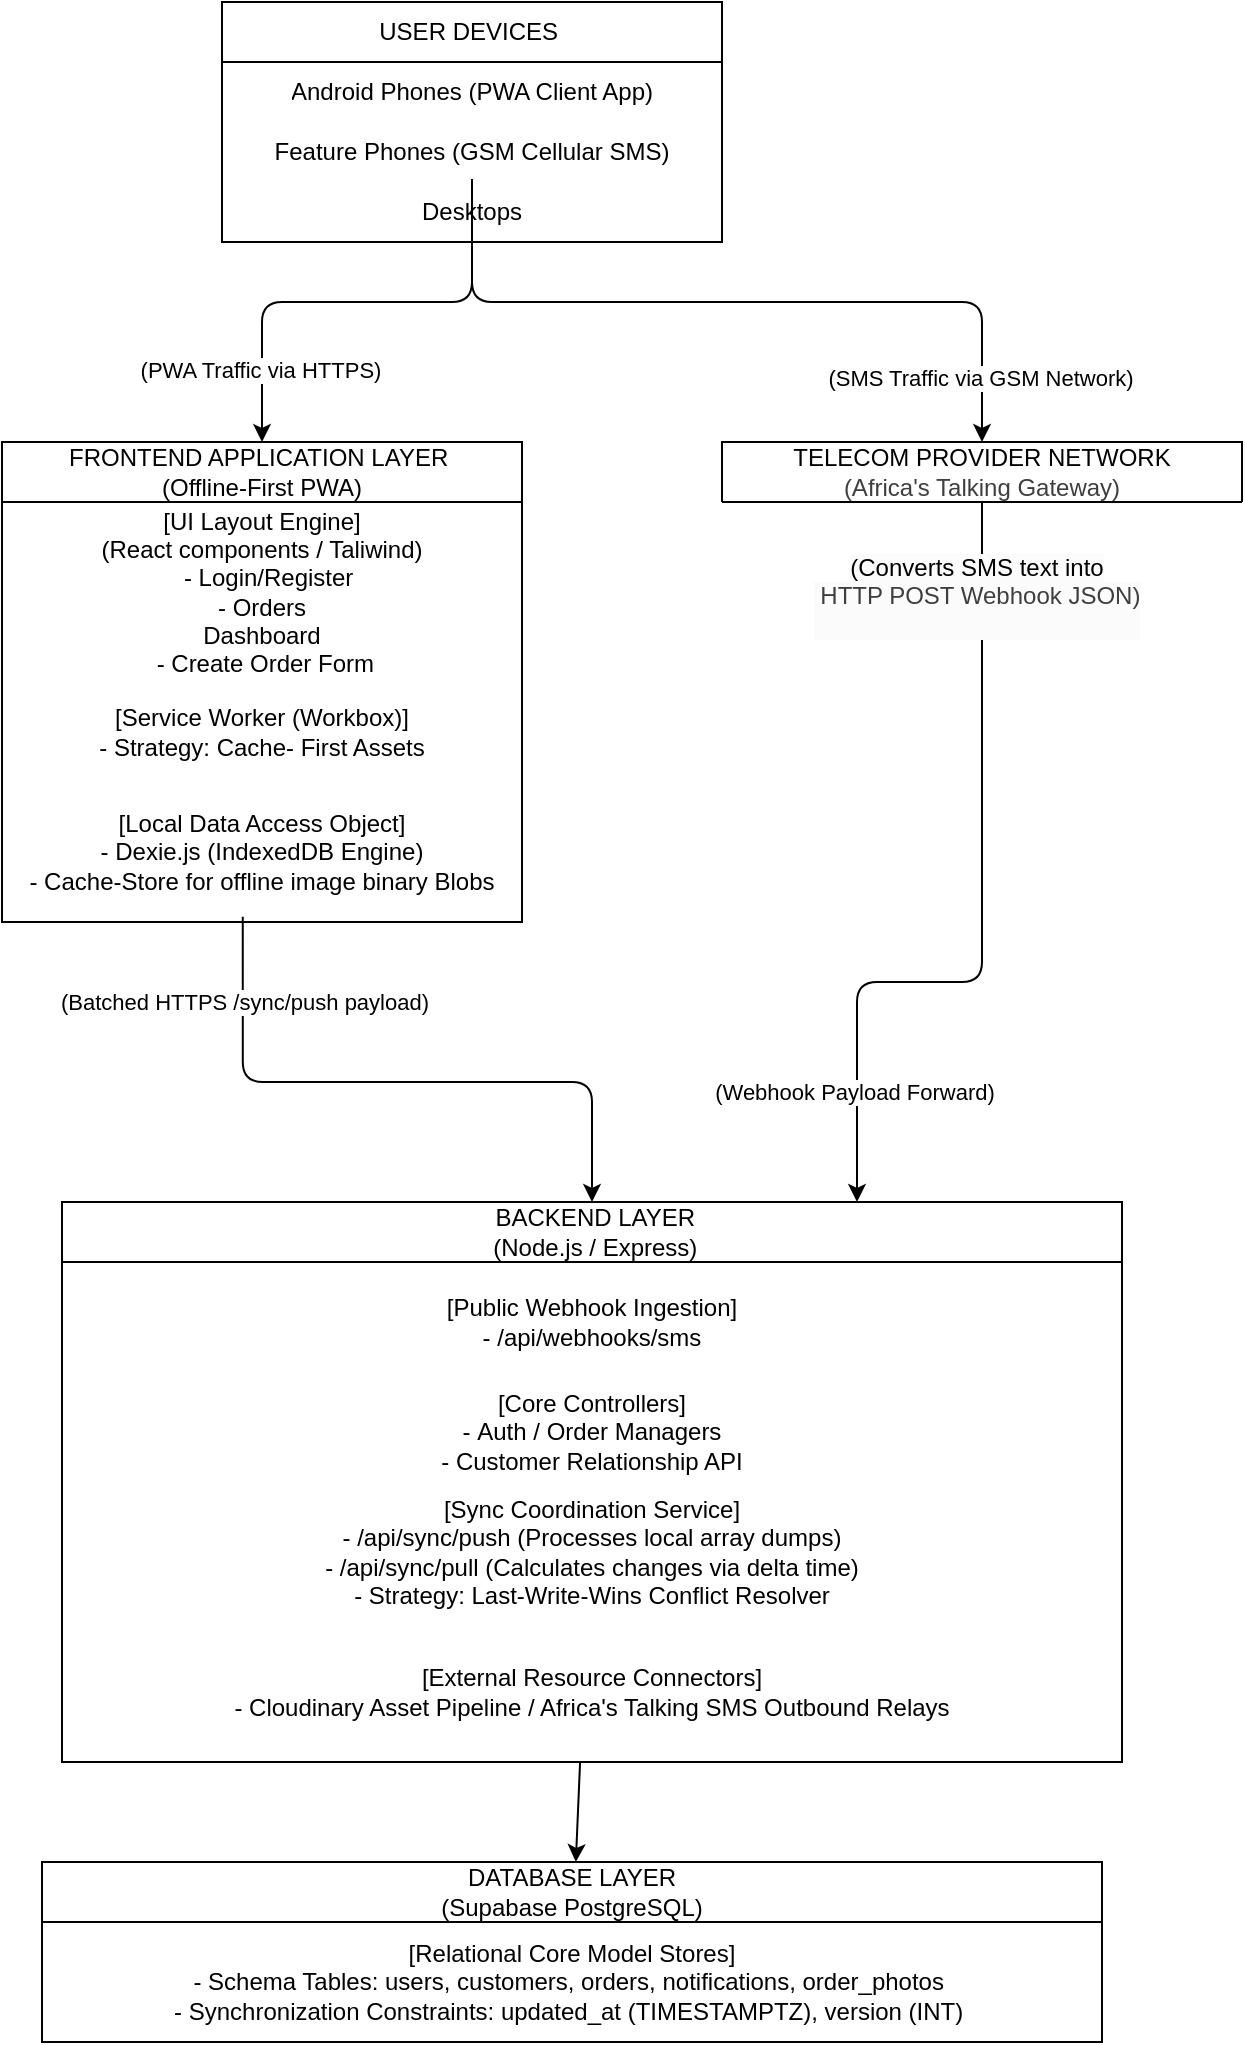
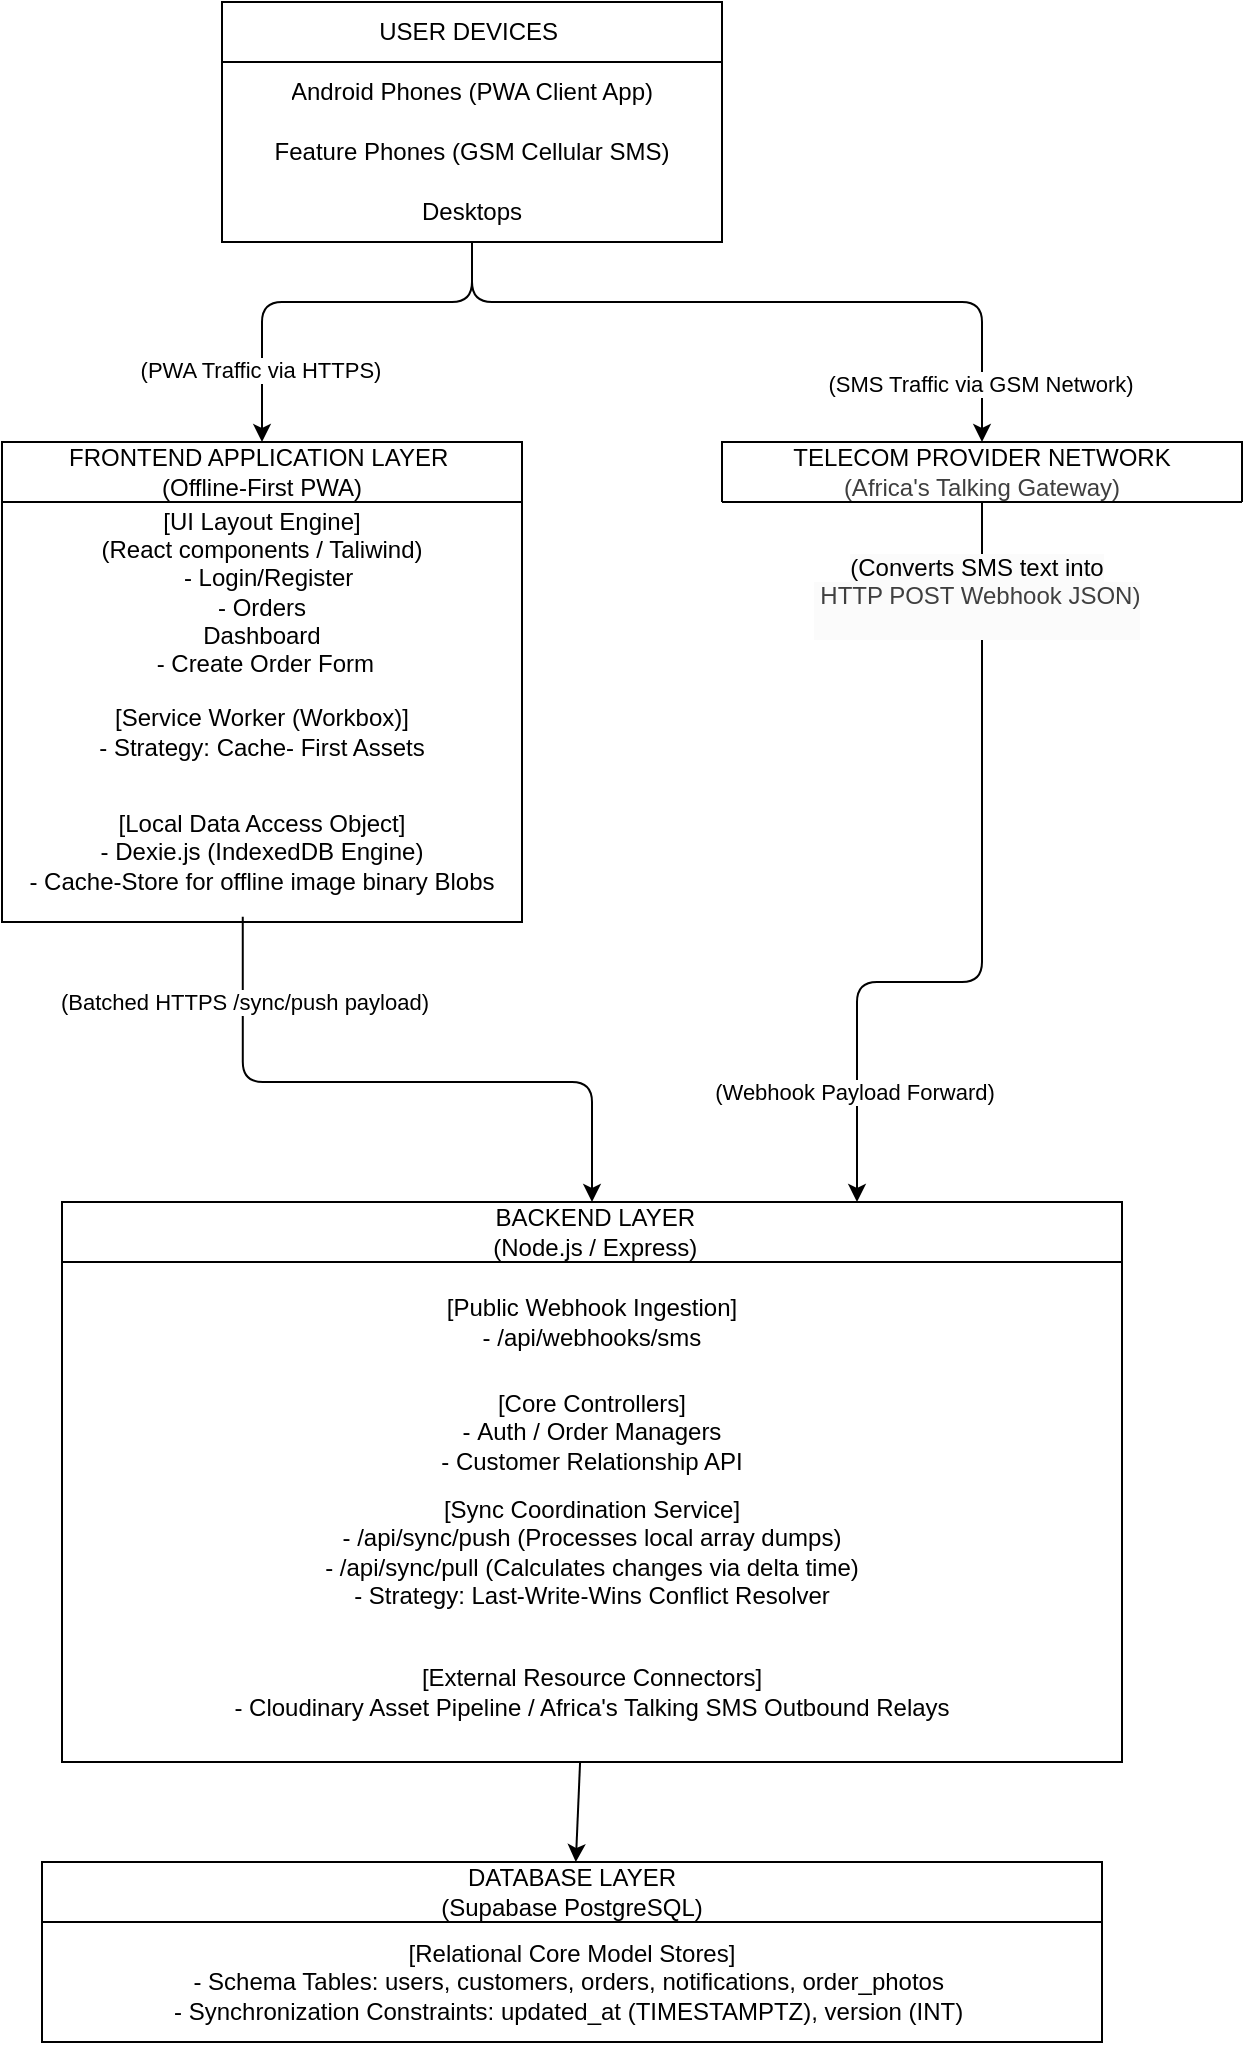
<mxfile host="65bd71144e">
    <diagram id="NDAG_QdgUqUeLPOa9S3J" name="Page-1">
        <mxGraphModel dx="867" dy="513" grid="1" gridSize="10" guides="1" tooltips="1" connect="1" arrows="1" fold="1" page="1" pageScale="1" pageWidth="850" pageHeight="1100" math="0" shadow="0">
            <root>
                <mxCell id="0"/>
                <mxCell id="1" parent="0"/>
                <mxCell id="2" value="&lt;span style=&quot;color: rgb(0, 0, 0); text-align: left;&quot;&gt;USER DEVICES&amp;nbsp;&lt;/span&gt;" style="swimlane;fontStyle=0;childLayout=stackLayout;horizontal=1;startSize=30;horizontalStack=0;resizeParent=1;resizeParentMax=0;resizeLast=0;collapsible=1;marginBottom=0;whiteSpace=wrap;html=1;" parent="1" vertex="1">
                    <mxGeometry x="160" y="50" width="250" height="120" as="geometry">
                        <mxRectangle x="350" y="70" width="130" height="30" as="alternateBounds"/>
                    </mxGeometry>
                </mxCell>
                <mxCell id="3" value="Android Phones (PWA Client App)" style="text;strokeColor=none;fillColor=none;align=center;verticalAlign=middle;spacingLeft=4;spacingRight=4;overflow=hidden;points=[[0,0.5],[1,0.5]];portConstraint=eastwest;rotatable=0;whiteSpace=wrap;html=1;" parent="2" vertex="1">
                    <mxGeometry y="30" width="250" height="30" as="geometry"/>
                </mxCell>
                <mxCell id="5" value="Feature Phones (GSM Cellular SMS)" style="text;strokeColor=none;fillColor=none;align=center;verticalAlign=middle;spacingLeft=4;spacingRight=4;overflow=hidden;points=[[0,0.5],[1,0.5]];portConstraint=eastwest;rotatable=0;whiteSpace=wrap;html=1;" parent="2" vertex="1">
                    <mxGeometry y="60" width="250" height="30" as="geometry"/>
                </mxCell>
                <mxCell id="70" value="Desktops" style="text;strokeColor=none;fillColor=none;align=center;verticalAlign=middle;spacingLeft=4;spacingRight=4;overflow=hidden;points=[[0,0.5],[1,0.5]];portConstraint=eastwest;rotatable=0;whiteSpace=wrap;html=1;" vertex="1" parent="2">
                    <mxGeometry y="90" width="250" height="30" as="geometry"/>
                </mxCell>
                <mxCell id="52" value="" style="edgeStyle=orthogonalEdgeStyle;html=1;endArrow=none;endFill=0;startArrow=classic;startFill=1;fillColor=#3B3B3B;" parent="1" source="22" edge="1">
                    <mxGeometry relative="1" as="geometry">
                        <mxPoint x="285" y="170" as="targetPoint"/>
                        <Array as="points">
                            <mxPoint x="180" y="200"/>
                            <mxPoint x="285" y="200"/>
                        </Array>
                    </mxGeometry>
                </mxCell>
                <mxCell id="53" value="&lt;span style=&quot;font-family: monospace; font-size: 0px; text-align: start; background-color: rgb(251, 251, 251);&quot;&gt;%3CmxGraphModel%3E%3Croot%3E%3CmxCell%20id%3D%220%22%2F%3E%3CmxCell%20id%3D%221%22%20parent%3D%220%22%2F%3E%3CmxCell%20id%3D%222%22%20value%3D%22%22%20style%3D%22edgeStyle%3DorthogonalEdgeStyle%3Bhtml%3D1%3BexitX%3D0.502%3BexitY%3D1.075%3BexitDx%3D0%3BexitDy%3D0%3BexitPerimeter%3D0%3B%22%20edge%3D%221%22%20parent%3D%221%22%3E%3CmxGeometry%20relative%3D%221%22%20as%3D%22geometry%22%3E%3CmxPoint%20x%3D%22286%22%20y%3D%22172%22%20as%3D%22sourcePoint%22%2F%3E%3CmxPoint%20x%3D%22540%22%20y%3D%22260%22%20as%3D%22targetPoint%22%2F%3E%3CArray%20as%3D%22points%22%3E%3CmxPoint%20x%3D%22285%22%20y%3D%22170%22%2F%3E%3CmxPoint%20x%3D%22285%22%20y%3D%22200%22%2F%3E%3CmxPoint%20x%3D%22540%22%20y%3D%22200%22%2F%3E%3C%2FArray%3E%3C%2FmxGeometry%3E%3C%2FmxCell%3E%3CmxCell%20id%3D%223%22%20value%3D%22(SMS%20Traffic%20via%20GSM%20Network)%22%20style%3D%22edgeLabel%3Bhtml%3D1%3Balign%3Dcenter%3BverticalAlign%3Dmiddle%3Bresizable%3D0%3Bpoints%3D%5B%5D%3B%22%20vertex%3D%221%22%20connectable%3D%220%22%20parent%3D%222%22%3E%3CmxGeometry%20x%3D%220.8331%22%20y%3D%22-1%22%20relative%3D%221%22%20as%3D%22geometry%22%3E%3CmxPoint%20as%3D%22offset%22%2F%3E%3C%2FmxGeometry%3E%3C%2FmxCell%3E%3C%2Froot%3E%3C%2FmxGraphModel%3E&lt;/span&gt;" style="edgeLabel;html=1;align=center;verticalAlign=middle;resizable=0;points=[];" parent="52" vertex="1" connectable="0">
                    <mxGeometry x="-0.6434" y="-1" relative="1" as="geometry">
                        <mxPoint as="offset"/>
                    </mxGeometry>
                </mxCell>
                <mxCell id="54" value="(PWA Traffic via HTTPS)" style="edgeLabel;html=1;align=center;verticalAlign=middle;resizable=0;points=[];" parent="52" vertex="1" connectable="0">
                    <mxGeometry x="-0.6434" y="1" relative="1" as="geometry">
                        <mxPoint as="offset"/>
                    </mxGeometry>
                </mxCell>
                <mxCell id="22" value="&lt;span style=&quot;color: rgb(0, 0, 0); text-align: left;&quot;&gt;FRONTEND APPLICATION LAYER&amp;nbsp;&lt;/span&gt;&lt;div&gt;&lt;span style=&quot;color: rgb(0, 0, 0); text-align: left;&quot;&gt;(Offline-First PWA)&lt;/span&gt;&lt;/div&gt;" style="swimlane;fontStyle=0;childLayout=stackLayout;horizontal=1;startSize=30;horizontalStack=0;resizeParent=1;resizeParentMax=0;resizeLast=0;collapsible=1;marginBottom=0;whiteSpace=wrap;html=1;" parent="1" vertex="1">
                    <mxGeometry x="50" y="270" width="260" height="240" as="geometry">
                        <mxRectangle x="350" y="70" width="130" height="30" as="alternateBounds"/>
                    </mxGeometry>
                </mxCell>
                <mxCell id="23" value="[UI Layout Engine]&lt;div&gt;(React components / Taliwind)&lt;/div&gt;&lt;div&gt;&amp;nbsp; - Login/Register&lt;/div&gt;&lt;div&gt;- Orders&lt;/div&gt;&lt;div&gt;Dashboard&lt;/div&gt;&lt;div&gt;&amp;nbsp;- Create Order Form&lt;/div&gt;&lt;div&gt;&lt;br&gt;&lt;/div&gt;&lt;div&gt;&lt;br&gt;&lt;/div&gt;" style="text;strokeColor=none;fillColor=none;align=center;verticalAlign=middle;spacingLeft=4;spacingRight=4;overflow=hidden;points=[[0,0.5],[1,0.5]];portConstraint=eastwest;rotatable=0;whiteSpace=wrap;html=1;" parent="22" vertex="1">
                    <mxGeometry y="30" width="260" height="90" as="geometry"/>
                </mxCell>
                <mxCell id="24" value="[Service Worker (Workbox)]&lt;div&gt;- Strategy: Cache- First Assets&lt;/div&gt;" style="text;strokeColor=none;fillColor=none;align=center;verticalAlign=middle;spacingLeft=4;spacingRight=4;overflow=hidden;points=[[0,0.5],[1,0.5]];portConstraint=eastwest;rotatable=0;whiteSpace=wrap;html=1;" parent="22" vertex="1">
                    <mxGeometry y="120" width="260" height="50" as="geometry"/>
                </mxCell>
                <mxCell id="25" value="[Local Data Access Object]&lt;div&gt;- Dexie.js (IndexedDB Engine)&lt;/div&gt;&lt;div&gt;- Cache-Store for offline image binary Blobs&lt;/div&gt;" style="text;strokeColor=none;fillColor=none;align=center;verticalAlign=middle;spacingLeft=4;spacingRight=4;overflow=hidden;points=[[0,0.5],[1,0.5]];portConstraint=eastwest;rotatable=0;whiteSpace=wrap;html=1;" parent="22" vertex="1">
                    <mxGeometry y="170" width="260" height="70" as="geometry"/>
                </mxCell>
                <mxCell id="69" value="" style="edgeStyle=none;html=1;" parent="1" source="38" target="64" edge="1">
                    <mxGeometry relative="1" as="geometry"/>
                </mxCell>
                <mxCell id="38" value="&amp;nbsp;BACKEND LAYER&lt;div&gt;&amp;nbsp;(Node.js / Express)&lt;/div&gt;" style="swimlane;fontStyle=0;childLayout=stackLayout;horizontal=1;startSize=30;horizontalStack=0;resizeParent=1;resizeParentMax=0;resizeLast=0;collapsible=1;marginBottom=0;whiteSpace=wrap;html=1;" parent="1" vertex="1">
                    <mxGeometry x="80" y="650" width="530" height="280" as="geometry">
                        <mxRectangle x="350" y="70" width="130" height="30" as="alternateBounds"/>
                    </mxGeometry>
                </mxCell>
                <mxCell id="39" value="[Public Webhook Ingestion]&lt;div&gt;-&amp;nbsp;/api/webhooks/sms&lt;/div&gt;" style="text;strokeColor=none;fillColor=none;align=center;verticalAlign=middle;spacingLeft=4;spacingRight=4;overflow=hidden;points=[[0,0.5],[1,0.5]];portConstraint=eastwest;rotatable=0;whiteSpace=wrap;html=1;" parent="38" vertex="1">
                    <mxGeometry y="30" width="530" height="60" as="geometry"/>
                </mxCell>
                <mxCell id="40" value="[Core Controllers]&lt;div&gt;-&amp;nbsp;Auth / Order Managers&lt;/div&gt;&lt;div&gt;-&amp;nbsp;Customer Relationship API&lt;/div&gt;" style="text;strokeColor=none;fillColor=none;align=center;verticalAlign=middle;spacingLeft=4;spacingRight=4;overflow=hidden;points=[[0,0.5],[1,0.5]];portConstraint=eastwest;rotatable=0;whiteSpace=wrap;html=1;" parent="38" vertex="1">
                    <mxGeometry y="90" width="530" height="50" as="geometry"/>
                </mxCell>
                <mxCell id="41" value="[Sync Coordination Service]&lt;div&gt;- /api/sync/push  (Processes local array dumps)&lt;/div&gt;&lt;div&gt;- /api/sync/pull  (Calculates changes via delta time)&lt;/div&gt;&lt;div&gt;- Strategy: Last-Write-Wins Conflict Resolver&lt;/div&gt;" style="text;strokeColor=none;fillColor=none;align=center;verticalAlign=middle;spacingLeft=4;spacingRight=4;overflow=hidden;points=[[0,0.5],[1,0.5]];portConstraint=eastwest;rotatable=0;whiteSpace=wrap;html=1;" parent="38" vertex="1">
                    <mxGeometry y="140" width="530" height="70" as="geometry"/>
                </mxCell>
                <mxCell id="63" value="[External Resource Connectors]&lt;div&gt;- Cloudinary Asset Pipeline  /  Africa&#39;s Talking SMS Outbound Relays&lt;/div&gt;" style="text;strokeColor=none;fillColor=none;align=center;verticalAlign=middle;spacingLeft=4;spacingRight=4;overflow=hidden;points=[[0,0.5],[1,0.5]];portConstraint=eastwest;rotatable=0;whiteSpace=wrap;html=1;" parent="38" vertex="1">
                    <mxGeometry y="210" width="530" height="70" as="geometry"/>
                </mxCell>
                <mxCell id="58" style="edgeStyle=orthogonalEdgeStyle;html=1;exitX=0.5;exitY=1;exitDx=0;exitDy=0;entryX=0.75;entryY=0;entryDx=0;entryDy=0;" parent="1" source="42" target="38" edge="1">
                    <mxGeometry relative="1" as="geometry">
                        <Array as="points">
                            <mxPoint x="540" y="540"/>
                            <mxPoint x="478" y="540"/>
                        </Array>
                    </mxGeometry>
                </mxCell>
                <mxCell id="61" value="(Webhook Payload Forward)" style="edgeLabel;html=1;align=center;verticalAlign=middle;resizable=0;points=[];" parent="58" vertex="1" connectable="0">
                    <mxGeometry x="0.7297" y="-2" relative="1" as="geometry">
                        <mxPoint as="offset"/>
                    </mxGeometry>
                </mxCell>
                <mxCell id="62" value="&lt;span style=&quot;color: rgb(0, 0, 0); font-size: 12px; background-color: rgb(251, 251, 251);&quot;&gt;(Converts SMS text into&lt;/span&gt;&lt;div style=&quot;color: rgb(63, 63, 63); scrollbar-color: rgb(226, 226, 226) rgb(251, 251, 251); font-size: 12px; background-color: rgb(251, 251, 251);&quot;&gt;&amp;nbsp;HTTP POST Webhook JSON)&lt;font style=&quot;scrollbar-color: rgb(226, 226, 226) rgb(251, 251, 251);&quot;&gt;&lt;br style=&quot;color: rgb(63, 63, 63); scrollbar-color: rgb(226, 226, 226) rgb(251, 251, 251);&quot;&gt;&lt;/font&gt;&lt;div style=&quot;color: rgb(63, 63, 63); scrollbar-color: rgb(226, 226, 226) rgb(251, 251, 251);&quot;&gt;&lt;br style=&quot;color: rgb(63, 63, 63); scrollbar-color: rgb(226, 226, 226) rgb(251, 251, 251);&quot;&gt;&lt;/div&gt;&lt;/div&gt;" style="edgeLabel;html=1;align=center;verticalAlign=middle;resizable=0;points=[];" parent="58" vertex="1" connectable="0">
                    <mxGeometry x="-0.7738" y="-3" relative="1" as="geometry">
                        <mxPoint as="offset"/>
                    </mxGeometry>
                </mxCell>
                <mxCell id="42" value="&lt;span style=&quot;color: rgb(0, 0, 0);&quot;&gt;TELECOM PROVIDER NETWORK&lt;/span&gt;&lt;div style=&quot;color: rgb(63, 63, 63); scrollbar-color: rgb(226, 226, 226) rgb(251, 251, 251);&quot;&gt;(Africa&#39;s Talking Gateway)&lt;/div&gt;" style="swimlane;fontStyle=0;childLayout=stackLayout;horizontal=1;startSize=30;horizontalStack=0;resizeParent=1;resizeParentMax=0;resizeLast=0;collapsible=1;marginBottom=0;whiteSpace=wrap;html=1;" parent="1" vertex="1" collapsed="1">
                    <mxGeometry x="410" y="270" width="260" height="30" as="geometry">
                        <mxRectangle x="410" y="260" width="260" height="100" as="alternateBounds"/>
                    </mxGeometry>
                </mxCell>
-                 <mxCell id="46" value="" style="edgeStyle=orthogonalEdgeStyle;html=1;exitX=0.5;exitY=0.951;exitDx=0;exitDy=0;exitPerimeter=0;" parent="1" source="5" target="42" edge="1">
+                 <mxCell id="46" value="" style="edgeStyle=orthogonalEdgeStyle;html=1;exitX=0.5;exitY=1.133;exitDx=0;exitDy=0;exitPerimeter=0;" parent="1" source="70" target="42" edge="1">
                    <mxGeometry relative="1" as="geometry">
                        <mxPoint x="285.5" y="172.25" as="sourcePoint"/>
                        <mxPoint x="350" y="230" as="targetPoint"/>
                        <Array as="points">
                            <mxPoint x="285" y="200"/>
                            <mxPoint x="540" y="200"/>
                        </Array>
                    </mxGeometry>
                </mxCell>
                <mxCell id="47" value="(SMS Traffic via GSM Network)" style="edgeLabel;html=1;align=center;verticalAlign=middle;resizable=0;points=[];" parent="46" vertex="1" connectable="0">
                    <mxGeometry x="0.8331" y="-1" relative="1" as="geometry">
                        <mxPoint as="offset"/>
                    </mxGeometry>
                </mxCell>
                <mxCell id="55" value="&lt;div&gt;&lt;div&gt;&lt;br&gt;&lt;/div&gt;&lt;/div&gt;" style="text;html=1;align=center;verticalAlign=middle;resizable=0;points=[];autosize=1;strokeColor=none;fillColor=none;" parent="1" vertex="1">
                    <mxGeometry x="630" y="318" width="20" height="30" as="geometry"/>
                </mxCell>
                <mxCell id="59" style="edgeStyle=orthogonalEdgeStyle;html=1;exitX=0.5;exitY=0;exitDx=0;exitDy=0;entryX=0.463;entryY=0.962;entryDx=0;entryDy=0;entryPerimeter=0;startArrow=classic;startFill=1;endArrow=none;endFill=0;" parent="1" source="38" target="25" edge="1">
                    <mxGeometry relative="1" as="geometry">
                        <Array as="points">
                            <mxPoint x="345" y="590"/>
                            <mxPoint x="170" y="590"/>
                        </Array>
                    </mxGeometry>
                </mxCell>
                <mxCell id="60" value="(Batched HTTPS /sync/push payload)" style="edgeLabel;html=1;align=center;verticalAlign=middle;resizable=0;points=[];" parent="59" vertex="1" connectable="0">
                    <mxGeometry x="0.6783" relative="1" as="geometry">
                        <mxPoint y="-9" as="offset"/>
                    </mxGeometry>
                </mxCell>
                <mxCell id="64" value="DATABASE LAYER&lt;div&gt;(Supabase PostgreSQL)&lt;/div&gt;" style="swimlane;fontStyle=0;childLayout=stackLayout;horizontal=1;startSize=30;horizontalStack=0;resizeParent=1;resizeParentMax=0;resizeLast=0;collapsible=1;marginBottom=0;whiteSpace=wrap;html=1;" parent="1" vertex="1">
                    <mxGeometry x="70" y="980" width="530" height="90" as="geometry">
                        <mxRectangle x="350" y="70" width="130" height="30" as="alternateBounds"/>
                    </mxGeometry>
                </mxCell>
                <mxCell id="65" value="[Relational Core Model Stores]&lt;div&gt;- Schema Tables: users, customers, orders, notifications, order_photos&amp;nbsp;&lt;/div&gt;&lt;div&gt;- Synchronization Constraints: updated_at (TIMESTAMPTZ), version (INT)&amp;nbsp;&lt;/div&gt;" style="text;strokeColor=none;fillColor=none;align=center;verticalAlign=middle;spacingLeft=4;spacingRight=4;overflow=hidden;points=[[0,0.5],[1,0.5]];portConstraint=eastwest;rotatable=0;whiteSpace=wrap;html=1;" parent="64" vertex="1">
                    <mxGeometry y="30" width="530" height="60" as="geometry"/>
                </mxCell>
            </root>
        </mxGraphModel>
    </diagram>
</mxfile>